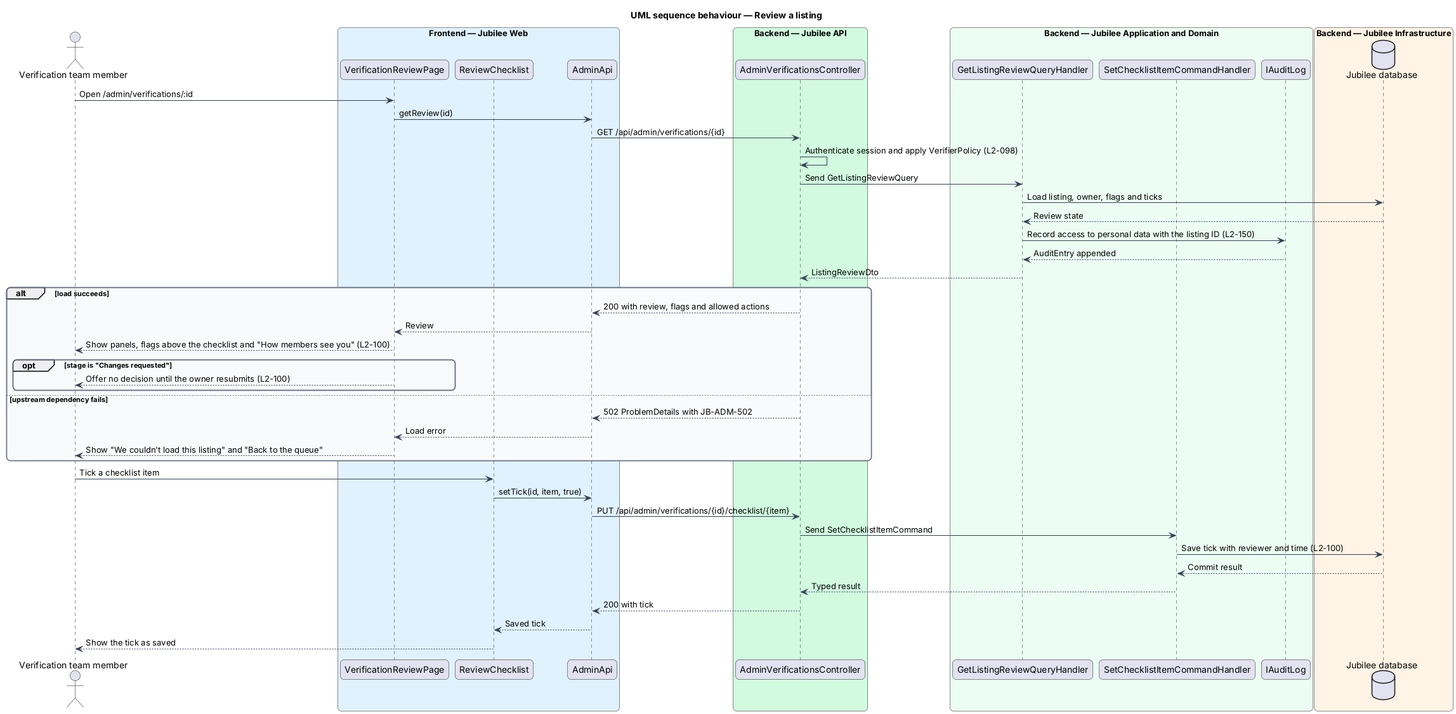
This is docs/detailed-designs/moderation/take-down-listing/diagrams/sequence-open-listing.png from QuinntyneBrown/jubilee, a PlantUML export, as it was before one commit.
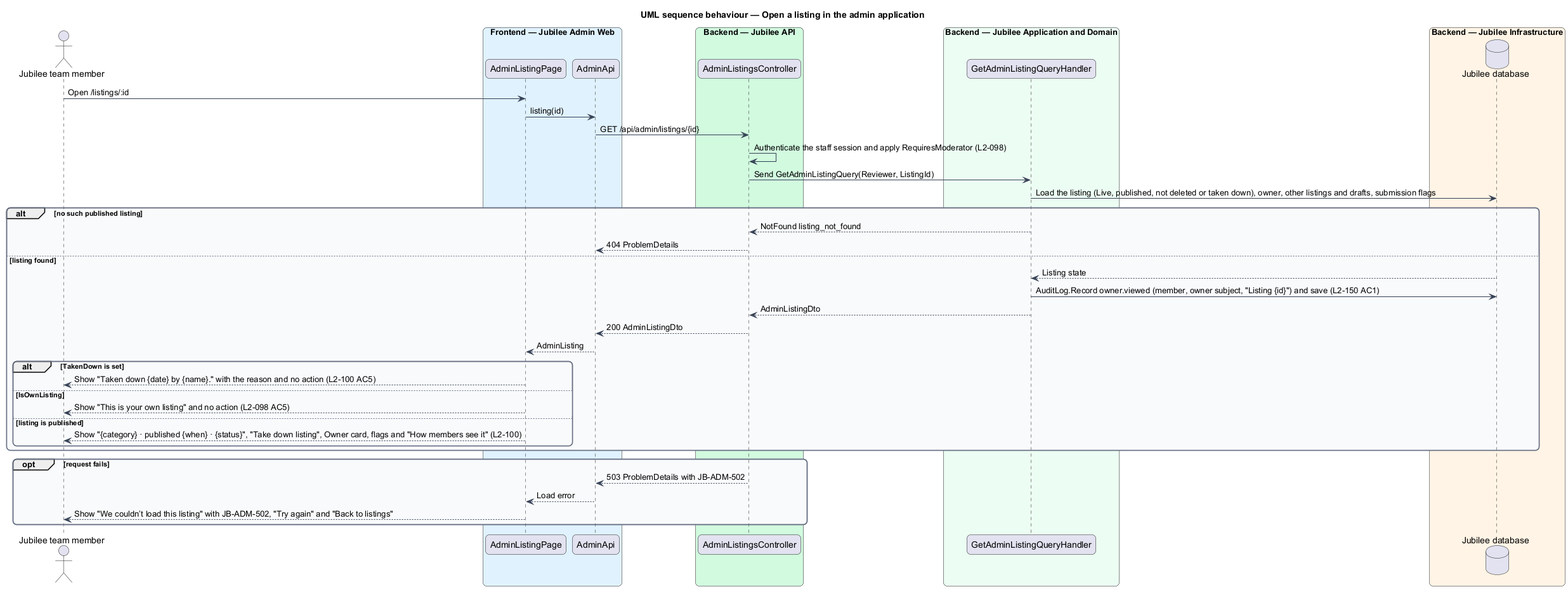
After the change.

Commit message:
Requirements, designs and ADR 0058 for finishing journey 12: role changes audited by the CLI with the operator, and opening a listing records the access to the owner's data (L2-098 AC4, L2-150 AC1)

Change to the diagram source:
```diff
@@ -1,5 +1,5 @@
 @startuml
-title UML sequence behaviour — Review a listing
+title UML sequence behaviour — Open a listing in the admin application
 skinparam backgroundColor #FFFFFF
 skinparam shadowing false
 skinparam roundcorner 12
@@ -14,53 +14,46 @@
   FontColor #101828
   BackgroundColor #F9FAFB
 }
-actor "Verification team member" as actor
-box "Frontend — Jubilee Web" #E0F2FE
-  participant "VerificationReviewPage" as page
-  participant "ReviewChecklist" as check
+actor "Jubilee team member" as actor
+box "Frontend — Jubilee Admin Web" #E0F2FE
+  participant "AdminListingPage" as page
   participant "AdminApi" as client
 end box
 box "Backend — Jubilee API" #D1FADF
-  participant "AdminVerificationsController" as controller
+  participant "AdminListingsController" as controller
 end box
 box "Backend — Jubilee Application and Domain" #ECFDF3
-  participant "GetListingReviewQueryHandler" as qh
-  participant "SetChecklistItemCommandHandler" as th
-  participant "IAuditLog" as audit
+  participant "GetAdminListingQueryHandler" as qh
 end box
 box "Backend — Jubilee Infrastructure" #FFF4E5
   database "Jubilee database" as db
 end box
-actor -> page : Open /admin/verifications/:id
-page -> client : getReview(id)
-client -> controller : GET /api/admin/verifications/{id}
-controller -> controller : Authenticate session and apply VerifierPolicy (L2-098)
-controller -> qh : Send GetListingReviewQuery
-qh -> db : Load listing, owner, flags and ticks
-db --> qh : Review state
-qh -> audit : Record access to personal data with the listing ID (L2-150)
-audit --> qh : AuditEntry appended
-qh --> controller : ListingReviewDto
-alt load succeeds
-  controller --> client : 200 with review, flags and allowed actions
-  client --> page : Review
-  page --> actor : Show panels, flags above the checklist and "How members see you" (L2-100)
-  opt stage is "Changes requested"
-    page --> actor : Offer no decision until the owner resubmits (L2-100)
+actor -> page : Open /listings/:id
+page -> client : listing(id)
+client -> controller : GET /api/admin/listings/{id}
+controller -> controller : Authenticate the staff session and apply RequiresModerator (L2-098)
+controller -> qh : Send GetAdminListingQuery(Reviewer, ListingId)
+qh -> db : Load the listing (Live, published, not deleted or taken down), owner, other listings and drafts, submission flags
+alt no such published listing
+  qh --> controller : NotFound listing_not_found
+  controller --> client : 404 ProblemDetails
+else listing found
+  db --> qh : Listing state
+  qh -> db : AuditLog.Record owner.viewed (member, owner subject, "Listing {id}") and save (L2-150 AC1)
+  qh --> controller : AdminListingDto
+  controller --> client : 200 AdminListingDto
+  client --> page : AdminListing
+  alt TakenDown is set
+    page --> actor : Show "Taken down {date} by {name}." with the reason and no action (L2-100 AC5)
+  else IsOwnListing
+    page --> actor : Show "This is your own listing" and no action (L2-098 AC5)
+  else listing is published
+    page --> actor : Show "{category} · published {when} · {status}", "Take down listing", Owner card, flags and "How members see it" (L2-100)
   end
-else upstream dependency fails
-  controller --> client : 502 ProblemDetails with JB-ADM-502
+end
+opt request fails
+  controller --> client : 503 ProblemDetails with JB-ADM-502
   client --> page : Load error
-  page --> actor : Show "We couldn't load this listing" and "Back to the queue"
+  page --> actor : Show "We couldn’t load this listing" with JB-ADM-502, "Try again" and "Back to listings"
 end
-actor -> check : Tick a checklist item
-check -> client : setTick(id, item, true)
-client -> controller : PUT /api/admin/verifications/{id}/checklist/{item}
-controller -> th : Send SetChecklistItemCommand
-th -> db : Save tick with reviewer and time (L2-100)
-db --> th : Commit result
-th --> controller : Typed result
-controller --> client : 200 with tick
-client --> check : Saved tick
-check --> actor : Show the tick as saved
 @enduml
```
